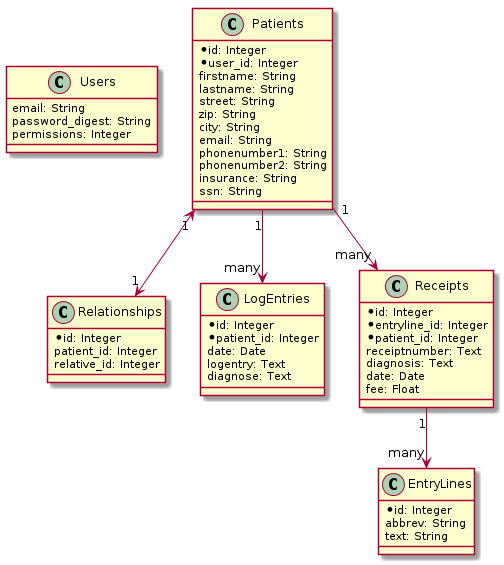
Before: doc/sippma_er.png, a diagram exported from PlantUML (tosmi/sippma).
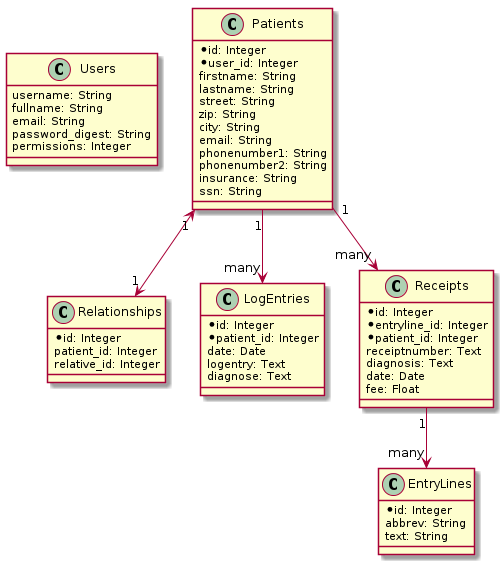
After the change.

Commit message:
added username and fullname to users

The edit, as a diff of the source:
```diff
@@ -1,5 +1,7 @@
 @startuml
 class Users {
+      username: String
+      fullname: String
       email: String
       password_digest: String
       permissions: Integer
```
